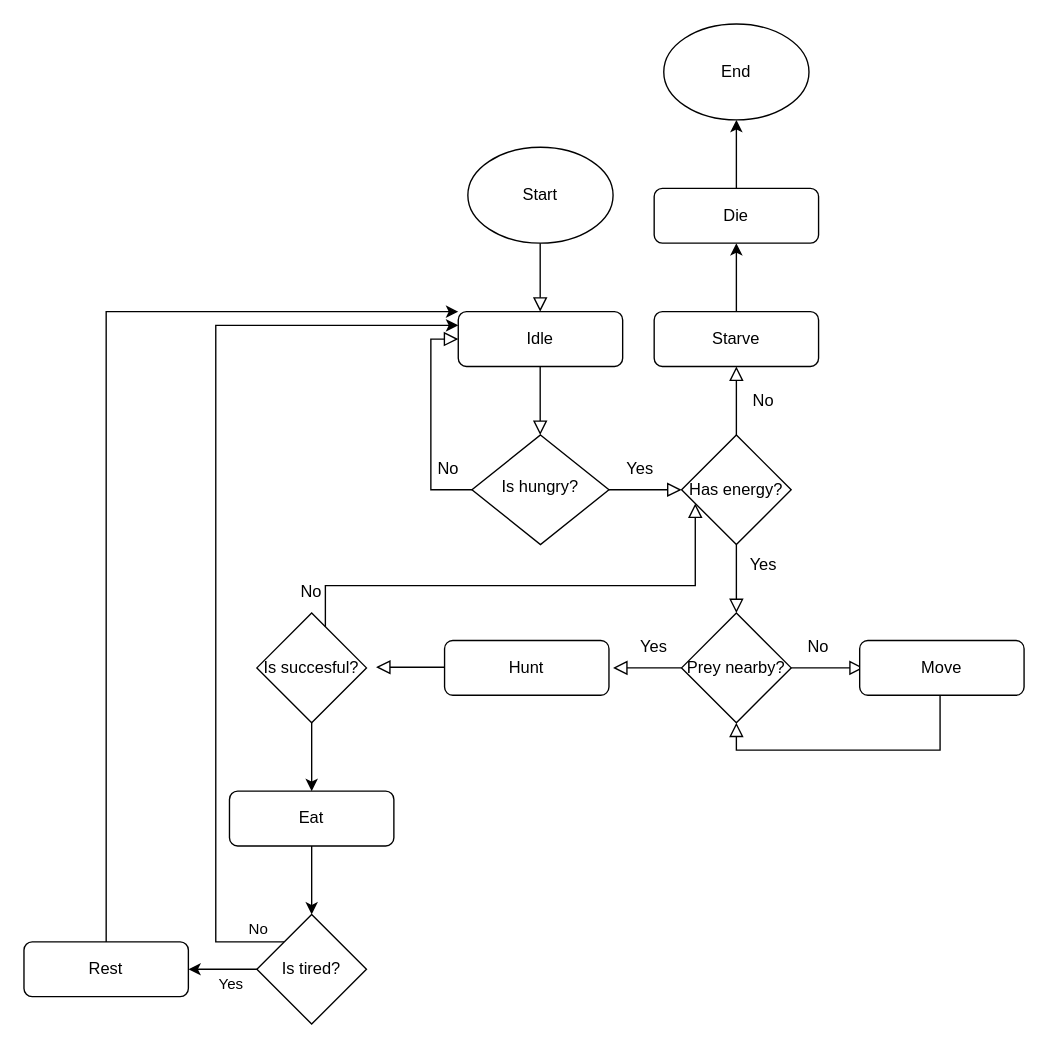
HenryVag/draw.io keeps this draw.io diagram as exercise_8.drawio. Above is the earlier version. Source tidied: cells renumbered, new cells numbered last; positions are measured from the earlier drawing's top-left corner, leaving out a move shared by most shapes. Both pictures are drawn from the tidied source at 137%, with x=0, y=0 at pixel (23, 23).
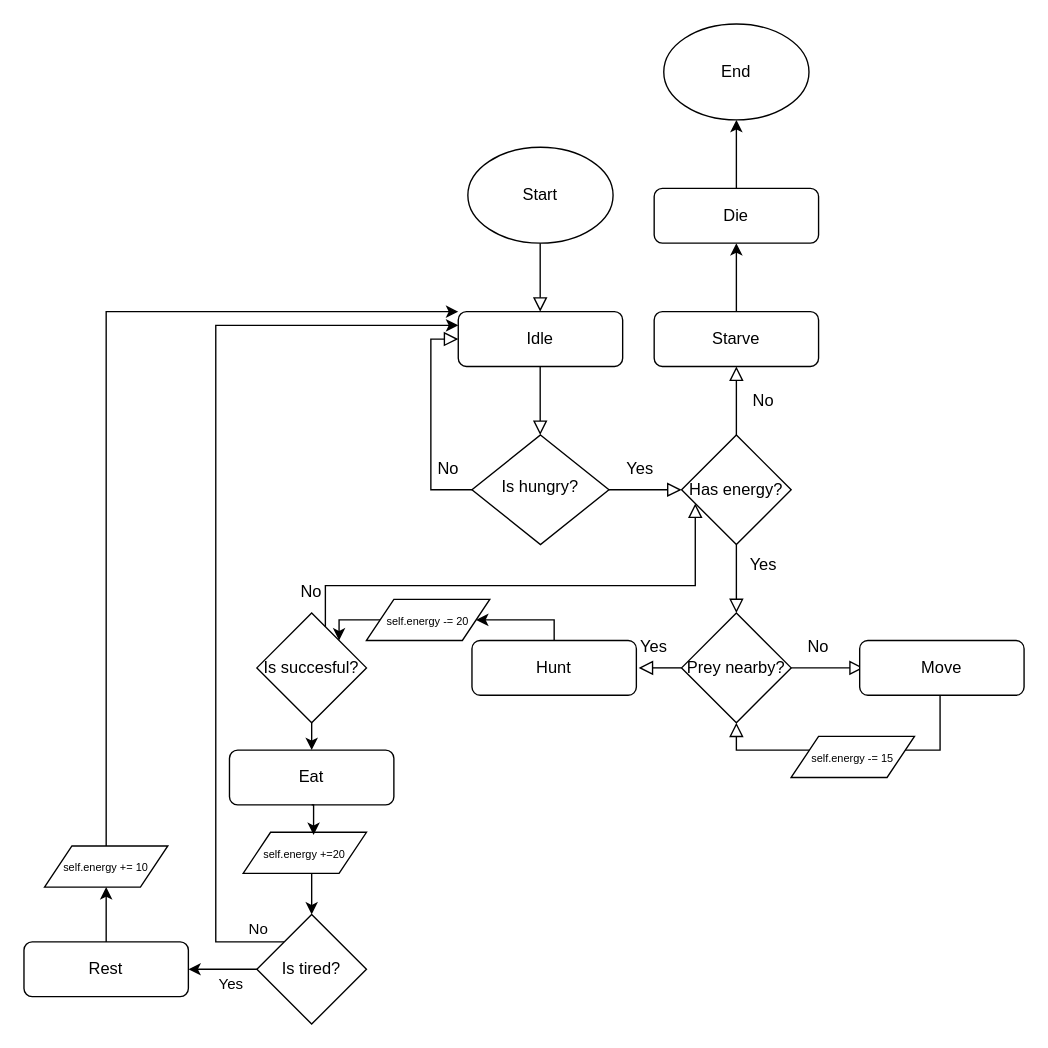
The same diagram, later.

The change refers to these unchanged cells:
```xml
<mxCell id="4" value="Idle" style="rounded=1;whiteSpace=wrap;html=1;fontSize=12;glass=0;strokeWidth=1;shadow=0;" parent="1" vertex="1">
  <mxGeometry x="317" y="210" width="120" height="40" as="geometry" />
</mxCell>
<mxCell id="18" value="Prey nearby?" style="rhombus;whiteSpace=wrap;html=1;" parent="1" vertex="1">
  <mxGeometry x="480" y="430" width="80" height="80" as="geometry" />
</mxCell>
<mxCell id="21" value="Yes" style="text;html=1;align=center;verticalAlign=middle;whiteSpace=wrap;rounded=0;" parent="1" vertex="1">
  <mxGeometry x="430" y="440" width="60" height="30" as="geometry" />
</mxCell>
<mxCell id="28" value="Is succesful?" style="rhombus;whiteSpace=wrap;html=1;" parent="1" vertex="1">
  <mxGeometry x="170" y="430" width="80" height="80" as="geometry" />
</mxCell>
<mxCell id="34" value="Rest" style="rounded=1;whiteSpace=wrap;html=1;fontSize=12;glass=0;strokeWidth=1;shadow=0;" parent="1" vertex="1">
  <mxGeometry y="670" width="120" height="40" as="geometry" />
</mxCell>
<mxCell id="41" value="Is tired?" style="rhombus;whiteSpace=wrap;html=1;" parent="1" vertex="1">
  <mxGeometry x="170" y="650" width="80" height="80" as="geometry" />
</mxCell>
```

Diff of the diagram source:
```diff
@@
+    <mxCell id="44" style="edgeStyle=orthogonalEdgeStyle;rounded=0;jettySize=auto;html=1;exitX=0.5;exitY=0;exitDx=0;exitDy=0;entryX=1;entryY=0.5;entryDx=0;entryDy=0;" parent="1" edge="1" source="17" target="48">
+      <mxGeometry relative="1" as="geometry">
+        <Array as="points">
+          <mxPoint x="387" y="435" />
+        </Array>
+      </mxGeometry>
+    </mxCell>
     <mxCell id="17" value="Hunt" style="rounded=1;whiteSpace=wrap;html=1;fontSize=12;glass=0;strokeWidth=1;shadow=0;" parent="1" vertex="1">
-      <mxGeometry x="307" y="450" width="120" height="40" as="geometry" />
+      <mxGeometry x="327" y="450" width="120" height="40" as="geometry" />
     </mxCell>
@@
-    <mxCell id="20" style="rounded=0;html=1;jettySize=auto;fontSize=11;endArrow=block;endFill=0;endSize=8;strokeWidth=1;shadow=0;labelBackgroundColor=none;edgeStyle=orthogonalEdgeStyle;exitX=0;exitY=0.5;exitDx=0;exitDy=0;" parent="1" edge="1" source="18">
-      <mxGeometry relative="1" as="geometry">
-        <mxPoint x="430" y="470" as="targetPoint" />
-      </mxGeometry>
+    <mxCell id="20" style="rounded=0;html=1;jettySize=auto;fontSize=11;endArrow=block;endFill=0;endSize=8;strokeWidth=1;shadow=0;labelBackgroundColor=none;edgeStyle=orthogonalEdgeStyle;exitX=0;exitY=0.5;exitDx=0;exitDy=0;entryX=0.311;entryY=0.973;entryDx=0;entryDy=0;entryPerimeter=0;" parent="1" edge="1" source="18" target="21">
+      <mxGeometry relative="1" as="geometry" />
     </mxCell>
@@
-    <mxCell id="29" style="rounded=0;html=1;jettySize=auto;orthogonalLoop=1;fontSize=11;endArrow=block;endFill=0;endSize=8;strokeWidth=1;shadow=0;labelBackgroundColor=none;edgeStyle=orthogonalEdgeStyle;exitX=0;exitY=0.5;exitDx=0;exitDy=0;" parent="1" edge="1">
-      <mxGeometry relative="1" as="geometry">
-        <mxPoint x="307" y="469.5" as="sourcePoint" />
-        <mxPoint x="257" y="469.5" as="targetPoint" />
-      </mxGeometry>
-    </mxCell>
@@
-    <mxCell id="33" style="edgeStyle=orthogonalEdgeStyle;rounded=0;jettySize=auto;html=1;exitX=0.5;exitY=0;exitDx=0;exitDy=0;entryX=0;entryY=0;entryDx=0;entryDy=0;" parent="1" edge="1" source="34" target="4">
+    <mxCell id="33" style="edgeStyle=orthogonalEdgeStyle;rounded=0;jettySize=auto;html=1;entryX=0;entryY=0;entryDx=0;entryDy=0;" parent="1" edge="1" target="4">
       <mxGeometry relative="1" as="geometry">
+        <mxPoint x="60" y="600" as="sourcePoint" />
         <Array as="points">
           <mxPoint x="60" y="210" />
         </Array>
       </mxGeometry>
     </mxCell>
+    <mxCell id="45" style="edgeStyle=orthogonalEdgeStyle;rounded=0;jettySize=auto;html=1;exitX=0.5;exitY=0;exitDx=0;exitDy=0;entryX=0.5;entryY=1;entryDx=0;entryDy=0;" parent="1" edge="1" source="34" target="52">
+      <mxGeometry relative="1" as="geometry" />
+    </mxCell>
@@
-    <mxCell id="35" style="edgeStyle=orthogonalEdgeStyle;rounded=0;jettySize=auto;html=1;exitX=0.5;exitY=1;exitDx=0;exitDy=0;entryX=0.5;entryY=0;entryDx=0;entryDy=0;" parent="1" edge="1" source="36" target="41">
+    <mxCell id="35" style="edgeStyle=orthogonalEdgeStyle;rounded=0;orthogonalLoop=1;jettySize=auto;html=1;exitX=0.5;exitY=1;exitDx=0;exitDy=0;entryX=0.5;entryY=1;entryDx=0;entryDy=0;" parent="1" edge="1" source="36" target="36">
       <mxGeometry relative="1" as="geometry" />
     </mxCell>
     <mxCell id="36" value="Eat" style="rounded=1;whiteSpace=wrap;html=1;fontSize=12;glass=0;strokeWidth=1;shadow=0;" parent="1" vertex="1">
-      <mxGeometry x="150" y="560" width="120" height="40" as="geometry" />
+      <mxGeometry x="150" y="530" width="120" height="40" as="geometry" />
     </mxCell>
@@
+    <mxCell id="46" value="&lt;font style=&quot;font-size: 8px;&quot;&gt;self.energy -= 15&lt;/font&gt;" style="shape=parallelogram;perimeter=parallelogramPerimeter;whiteSpace=wrap;html=1;fixedSize=1;" parent="1" vertex="1">
+      <mxGeometry x="560" y="520" width="90" height="30" as="geometry" />
+    </mxCell>
+    <mxCell id="47" style="edgeStyle=orthogonalEdgeStyle;rounded=0;jettySize=auto;html=1;exitX=0;exitY=0.5;exitDx=0;exitDy=0;entryX=1;entryY=0;entryDx=0;entryDy=0;" parent="1" edge="1" source="48" target="28">
+      <mxGeometry relative="1" as="geometry" />
+    </mxCell>
+    <mxCell id="48" value="&lt;font style=&quot;font-size: 8px;&quot;&gt;self.energy -= 20&lt;br&gt;&lt;/font&gt;" style="shape=parallelogram;perimeter=parallelogramPerimeter;whiteSpace=wrap;html=1;fixedSize=1;" parent="1" vertex="1">
+      <mxGeometry x="250" y="420" width="90" height="30" as="geometry" />
+    </mxCell>
+    <mxCell id="49" style="edgeStyle=orthogonalEdgeStyle;rounded=0;jettySize=auto;html=1;exitX=0.5;exitY=1;exitDx=0;exitDy=0;entryX=0.5;entryY=0;entryDx=0;entryDy=0;" parent="1" edge="1" source="50" target="41">
+      <mxGeometry relative="1" as="geometry" />
+    </mxCell>
+    <mxCell id="50" value="&lt;font style=&quot;font-size: 8px;&quot;&gt;self.energy +=20&lt;br&gt;&lt;/font&gt;" style="shape=parallelogram;perimeter=parallelogramPerimeter;whiteSpace=wrap;html=1;fixedSize=1;" parent="1" vertex="1">
+      <mxGeometry x="160" y="590" width="90" height="30" as="geometry" />
+    </mxCell>
+    <mxCell id="51" style="edgeStyle=orthogonalEdgeStyle;rounded=0;jettySize=auto;html=1;exitX=0.5;exitY=1;exitDx=0;exitDy=0;entryX=0.571;entryY=0.067;entryDx=0;entryDy=0;entryPerimeter=0;" parent="1" edge="1" source="36" target="50">
+      <mxGeometry relative="1" as="geometry" />
+    </mxCell>
+    <mxCell id="52" value="&lt;font style=&quot;font-size: 8px;&quot;&gt;self.energy += 10&lt;/font&gt;" style="shape=parallelogram;perimeter=parallelogramPerimeter;whiteSpace=wrap;html=1;fixedSize=1;" parent="1" vertex="1">
+      <mxGeometry x="15" y="600" width="90" height="30" as="geometry" />
+    </mxCell>
```
